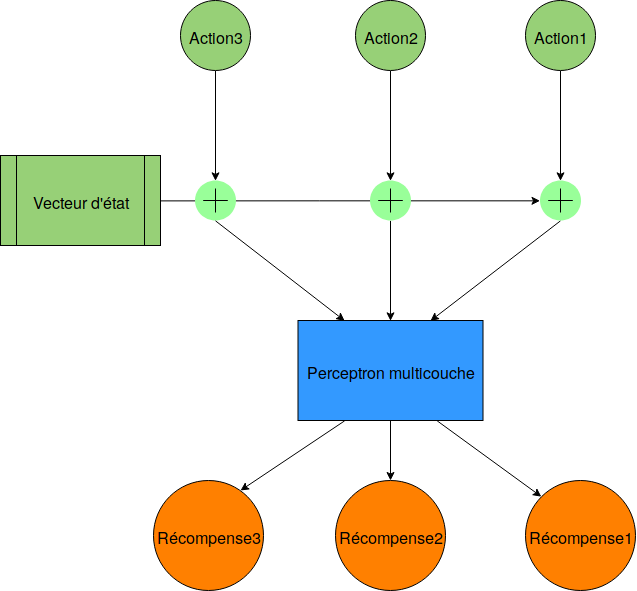
Before: images/Conception/DM/time_dist.png, a diagram exported from draw.io (Wissben/Master-Thesis). Source tidied: cells renumbered, new cells last; positions are measured from the earlier drawing's top-left corner, leaving out a move shared by most shapes.
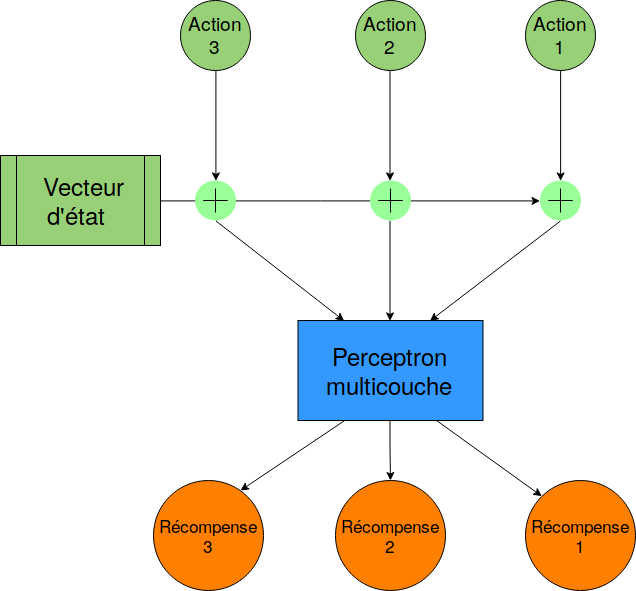
The same file after the commit.

Change to the diagram source:
```diff
@@ -10,7 +10,7 @@
         <mxPoint x="99.5" y="200.4" as="sourcePoint" />
       </mxGeometry>
     </mxCell>
-    <mxCell id="4" value="&lt;font style=&quot;font-size: 16px&quot;&gt;&amp;nbsp;Vecteur d'état&amp;nbsp; &lt;/font&gt;" style="shape=process;whiteSpace=wrap;html=1;backgroundOutline=1;strokeColor=#000000;fillColor=#97D077;" parent="1" vertex="1">
+    <mxCell id="4" value="&lt;font style=&quot;font-size: 24px&quot;&gt;&amp;nbsp;Vecteur d'état&amp;nbsp; &lt;/font&gt;" style="shape=process;whiteSpace=wrap;html=1;backgroundOutline=1;strokeColor=#000000;fillColor=#97D077;" parent="1" vertex="1">
       <mxGeometry y="155" width="160" height="90" as="geometry" />
     </mxCell>
     <mxCell id="5" style="edgeStyle=orthogonalEdgeStyle;rounded=0;jettySize=auto;html=1;exitX=0.5;exitY=1;exitDx=0;exitDy=0;entryX=0.5;entryY=0;entryDx=0;entryDy=0;strokeColor=#000000;fillColor=#999999;" parent="1" edge="1" source="6">
@@ -18,22 +18,22 @@
         <mxPoint x="390" y="480" as="targetPoint" />
       </mxGeometry>
     </mxCell>
-    <mxCell id="6" value="&lt;font style=&quot;font-size: 16px&quot;&gt;Perceptron multicouche&lt;/font&gt;" style="rounded=0;whiteSpace=wrap;html=1;strokeColor=#000000;fillColor=#3399FF;" parent="1" vertex="1">
+    <mxCell id="6" value="&lt;font style=&quot;font-size: 24px&quot;&gt;Perceptron multicouche&lt;/font&gt;" style="rounded=0;whiteSpace=wrap;html=1;strokeColor=#000000;fillColor=#3399FF;" parent="1" vertex="1">
       <mxGeometry x="297.5" y="320" width="185" height="100" as="geometry" />
     </mxCell>
-    <mxCell id="7" value="&lt;div&gt;&lt;font style=&quot;font-size: 16px&quot;&gt;Action1&lt;/font&gt;&lt;/div&gt;" style="ellipse;whiteSpace=wrap;html=1;strokeColor=#000000;fillColor=#97D077;" parent="1" vertex="1">
+    <mxCell id="7" value="&lt;div style=&quot;font-size: 19px&quot;&gt;&lt;font style=&quot;font-size: 19px&quot;&gt;Action&lt;/font&gt;&lt;/div&gt;&lt;div style=&quot;font-size: 19px&quot;&gt;&lt;font style=&quot;font-size: 19px&quot;&gt;1&lt;/font&gt;&lt;/div&gt;" style="ellipse;whiteSpace=wrap;html=1;strokeColor=#000000;fillColor=#97D077;" parent="1" vertex="1">
       <mxGeometry x="525" width="70" height="70" as="geometry" />
     </mxCell>
     <mxCell id="8" style="edgeStyle=orthogonalEdgeStyle;rounded=0;jettySize=auto;html=1;exitX=0.5;exitY=1;exitDx=0;exitDy=0;entryX=0.5;entryY=0;entryDx=0;entryDy=0;entryPerimeter=0;strokeColor=#000000;fillColor=#999999;" parent="1" edge="1" source="9" target="13">
       <mxGeometry relative="1" as="geometry" />
     </mxCell>
-    <mxCell id="9" value="&lt;div&gt;&lt;font style=&quot;font-size: 16px&quot;&gt;Action2&lt;/font&gt;&lt;/div&gt;" style="ellipse;whiteSpace=wrap;html=1;strokeColor=#000000;fillColor=#97D077;" parent="1" vertex="1">
+    <mxCell id="9" value="&lt;div style=&quot;font-size: 19px&quot;&gt;&lt;font style=&quot;font-size: 19px&quot;&gt;Action&lt;/font&gt;&lt;/div&gt;&lt;div style=&quot;font-size: 19px&quot;&gt;&lt;font style=&quot;font-size: 19px&quot;&gt;2&lt;/font&gt;&lt;/div&gt;" style="ellipse;whiteSpace=wrap;html=1;strokeColor=#000000;fillColor=#97D077;" parent="1" vertex="1">
       <mxGeometry x="355" width="70" height="70" as="geometry" />
     </mxCell>
-    <mxCell id="10" value="&lt;div&gt;&lt;font style=&quot;font-size: 16px&quot;&gt;Action3&lt;/font&gt;&lt;/div&gt;" style="ellipse;whiteSpace=wrap;html=1;strokeColor=#000000;fillColor=#97D077;" parent="1" vertex="1">
+    <mxCell id="10" value="&lt;div style=&quot;font-size: 19px&quot;&gt;&lt;font style=&quot;font-size: 19px&quot;&gt;Action&lt;/font&gt;&lt;/div&gt;&lt;div style=&quot;font-size: 19px&quot;&gt;&lt;font style=&quot;font-size: 19px&quot;&gt;3&lt;/font&gt;&lt;/div&gt;" style="ellipse;whiteSpace=wrap;html=1;strokeColor=#000000;fillColor=#97D077;" parent="1" vertex="1">
       <mxGeometry x="180" width="70" height="70" as="geometry" />
     </mxCell>
-    <mxCell id="11" value="&lt;font style=&quot;font-size: 16px&quot;&gt;Récompense1&lt;/font&gt;" style="ellipse;whiteSpace=wrap;html=1;strokeColor=#000000;fillColor=#FF8000;" parent="1" vertex="1">
+    <mxCell id="11" value="&lt;div&gt;&lt;font style=&quot;font-size: 17px&quot;&gt;Récompense&lt;/font&gt;&lt;/div&gt;&lt;div&gt;&lt;font style=&quot;font-size: 17px&quot;&gt;1&lt;/font&gt;&lt;/div&gt;" style="ellipse;whiteSpace=wrap;html=1;strokeColor=#000000;fillColor=#FF8000;" parent="1" vertex="1">
       <mxGeometry x="525" y="480" width="110" height="110" as="geometry" />
     </mxCell>
     <mxCell id="12" style="edgeStyle=orthogonalEdgeStyle;rounded=0;jettySize=auto;html=1;exitX=0.5;exitY=1;exitDx=0;exitDy=0;exitPerimeter=0;entryX=0.5;entryY=0;entryDx=0;entryDy=0;strokeColor=#000000;fillColor=#999999;" parent="1" edge="1" source="13" target="6">
@@ -68,10 +68,10 @@
         <mxPoint x="240" y="490" as="targetPoint" />
       </mxGeometry>
     </mxCell>
-    <mxCell id="22" value="&lt;div&gt;&lt;font style=&quot;font-size: 16px&quot;&gt;Récompense2&lt;/font&gt;&lt;/div&gt;" style="ellipse;whiteSpace=wrap;html=1;strokeColor=#000000;fillColor=#FF8000;" parent="1" vertex="1">
+    <mxCell id="22" value="&lt;div style=&quot;font-size: 17px&quot;&gt;&lt;font style=&quot;font-size: 17px&quot;&gt;Récompense&lt;/font&gt;&lt;/div&gt;&lt;div style=&quot;font-size: 17px&quot;&gt;&lt;font style=&quot;font-size: 17px&quot;&gt;2&lt;/font&gt;&lt;/div&gt;" style="ellipse;whiteSpace=wrap;html=1;strokeColor=#000000;fillColor=#FF8000;" parent="1" vertex="1">
       <mxGeometry x="335" y="480" width="110" height="110" as="geometry" />
     </mxCell>
-    <mxCell id="23" value="&lt;font style=&quot;font-size: 16px&quot;&gt;Récompense3&lt;/font&gt;" style="ellipse;whiteSpace=wrap;html=1;strokeColor=#000000;fillColor=#FF8000;" parent="1" vertex="1">
+    <mxCell id="23" value="&lt;div&gt;&lt;font style=&quot;font-size: 17px&quot;&gt;Récompense&lt;/font&gt;&lt;/div&gt;&lt;div&gt;&lt;font style=&quot;font-size: 17px&quot;&gt;3&lt;/font&gt;&lt;/div&gt;" style="ellipse;whiteSpace=wrap;html=1;strokeColor=#000000;fillColor=#FF8000;" parent="1" vertex="1">
       <mxGeometry x="153" y="480" width="110" height="110" as="geometry" />
     </mxCell>
   </root>
```
